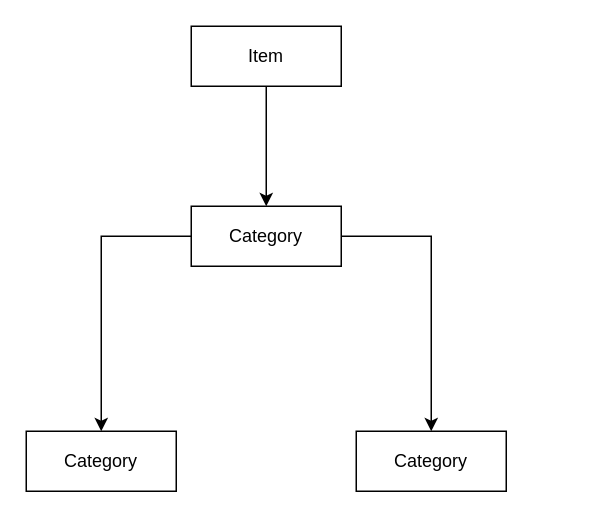
This is POS.drawio from AmilSrinath/New-POS, a draw.io file, before an edit. Source tidied: cells renumbered, new cells numbered last; positions are measured from the earlier drawing's top-left corner, leaving out a move shared by most shapes. Both pictures are drawn from the tidied source at 150%, with x=0, y=0 at pixel (26, 26).
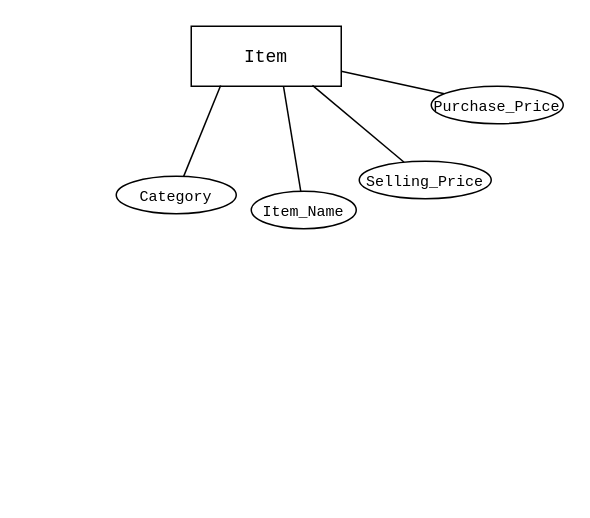
The same diagram, later.

Diff of the diagram source:
```diff
@@
 <mxGraphModel>
   <root>
     <mxCell id="0" />
     <mxCell id="1" parent="0" />
-    <mxCell id="2" style="edgeStyle=orthogonalEdgeStyle;rounded=0;jettySize=auto;html=1;" parent="1" edge="1" source="3" target="6">
-      <mxGeometry relative="1" as="geometry" />
-    </mxCell>
-    <mxCell id="3" value="Item" style="whiteSpace=wrap;html=1;align=center;" parent="1" vertex="1">
+    <mxCell id="3" value="&lt;font face=&quot;Courier New&quot;&gt;Item&lt;/font&gt;" style="whiteSpace=wrap;html=1;align=center;" parent="1" vertex="1">
       <mxGeometry x="110" width="100" height="40" as="geometry" />
     </mxCell>
-    <mxCell id="4" style="edgeStyle=orthogonalEdgeStyle;rounded=0;jettySize=auto;html=1;" parent="1" edge="1" source="6" target="7">
-      <mxGeometry relative="1" as="geometry" />
-    </mxCell>
-    <mxCell id="5" style="edgeStyle=orthogonalEdgeStyle;rounded=0;jettySize=auto;html=1;" parent="1" edge="1" source="6" target="8">
-      <mxGeometry relative="1" as="geometry" />
-    </mxCell>
-    <mxCell id="6" value="Category" style="whiteSpace=wrap;html=1;align=center;" parent="1" vertex="1">
-      <mxGeometry x="110" y="120" width="100" height="40" as="geometry" />
-    </mxCell>
-    <mxCell id="7" value="Category" style="whiteSpace=wrap;html=1;align=center;" parent="1" vertex="1">
-      <mxGeometry y="270" width="100" height="40" as="geometry" />
-    </mxCell>
-    <mxCell id="8" value="Category" style="whiteSpace=wrap;html=1;align=center;" parent="1" vertex="1">
-      <mxGeometry x="220" y="270" width="100" height="40" as="geometry" />
-    </mxCell>
+    <mxCell id="9" style="rounded=0;jettySize=auto;html=1;entryX=0.196;entryY=0.986;entryDx=0;entryDy=0;entryPerimeter=0;endArrow=none;endFill=0;" parent="1" edge="1" source="10" target="3">
+      <mxGeometry relative="1" as="geometry" />
+    </mxCell>
+    <mxCell id="10" value="&lt;div style=&quot;&quot;&gt;&lt;span style=&quot;font-size: 10px;&quot;&gt;&lt;font face=&quot;Courier New&quot;&gt;Category&lt;/font&gt;&lt;/span&gt;&lt;/div&gt;" style="ellipse;whiteSpace=wrap;html=1;align=center;" parent="1" vertex="1">
+      <mxGeometry x="60" y="100" width="80" height="25" as="geometry" />
+    </mxCell>
+    <mxCell id="11" style="rounded=0;jettySize=auto;html=1;endArrow=none;endFill=0;entryX=0.615;entryY=1.001;entryDx=0;entryDy=0;entryPerimeter=0;" parent="1" edge="1" source="12" target="3">
+      <mxGeometry relative="1" as="geometry" />
+    </mxCell>
+    <mxCell id="12" value="&lt;font face=&quot;Courier New&quot; style=&quot;font-size: 10px;&quot;&gt;Item_Name&lt;/font&gt;" style="ellipse;whiteSpace=wrap;html=1;align=center;" parent="1" vertex="1">
+      <mxGeometry x="150" y="110" width="70" height="25" as="geometry" />
+    </mxCell>
+    <mxCell id="13" style="rounded=0;jettySize=auto;html=1;endArrow=none;endFill=0;entryX=0.808;entryY=0.986;entryDx=0;entryDy=0;entryPerimeter=0;" parent="1" edge="1" source="14" target="3">
+      <mxGeometry relative="1" as="geometry" />
+    </mxCell>
+    <mxCell id="14" value="&lt;font face=&quot;Courier New&quot; style=&quot;font-size: 10px;&quot;&gt;Selling_Price&lt;/font&gt;" style="ellipse;whiteSpace=wrap;html=1;align=center;" parent="1" vertex="1">
+      <mxGeometry x="222" y="90" width="88" height="25" as="geometry" />
+    </mxCell>
+    <mxCell id="15" style="rounded=0;jettySize=auto;html=1;endArrow=none;endFill=0;entryX=1;entryY=0.75;entryDx=0;entryDy=0;" parent="1" edge="1" source="16" target="3">
+      <mxGeometry relative="1" as="geometry" />
+    </mxCell>
+    <mxCell id="16" value="&lt;font face=&quot;Courier New&quot;&gt;&lt;font size=&quot;1&quot;&gt;Purchase_Price&lt;/font&gt;&lt;/font&gt;" style="ellipse;whiteSpace=wrap;html=1;align=center;" parent="1" vertex="1">
+      <mxGeometry x="270" y="40" width="88" height="25" as="geometry" />
+    </mxCell>
   </root>
 </mxGraphModel>
```
